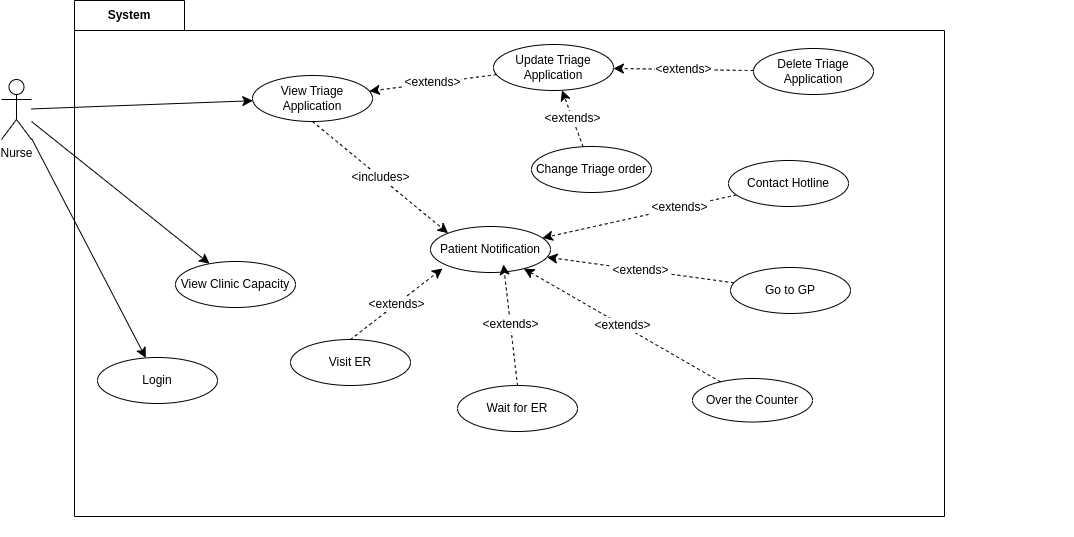
The draw.io diagram useCaseDiagrams/NurseUseCaseDiagram.drawio.png in SENG-350-2024-fall/Team5, before a commit. Source tidied: cells renumbered, new cells last; positions are measured from the earlier drawing's top-left corner, leaving out a move shared by most shapes.
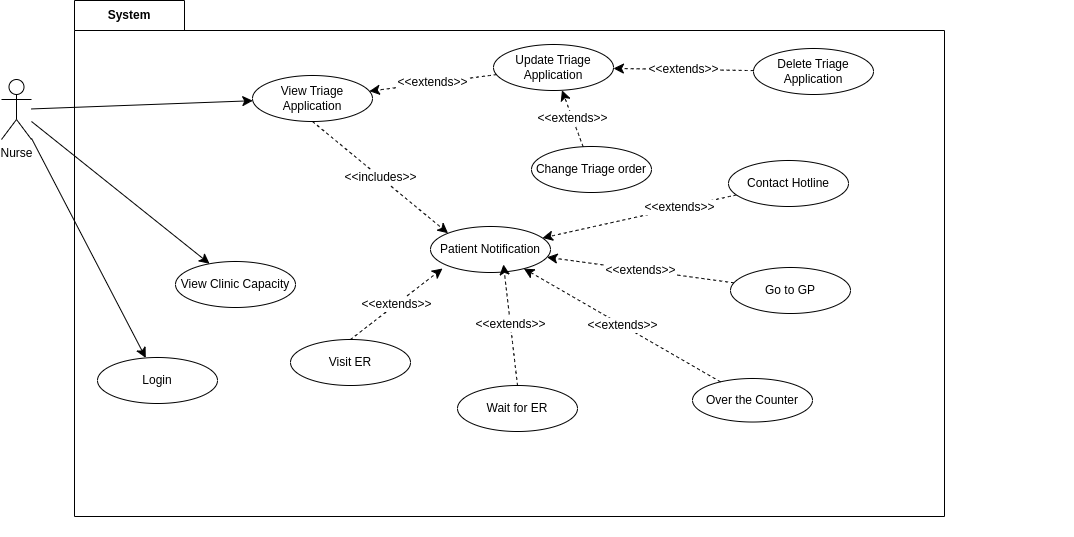
After the change.

What changed in the source:
```diff
@@ -19,10 +19,10 @@
     <mxCell id="6" value="Update Triage&lt;div&gt;Application&lt;/div&gt;" style="ellipse;whiteSpace=wrap;html=1;" parent="2" vertex="1">
       <mxGeometry x="419" y="44" width="120" height="46" as="geometry" />
     </mxCell>
-    <mxCell id="7" value="&amp;lt;extends&amp;gt;" style="edgeStyle=none;curved=1;rounded=0;jettySize=auto;html=1;fontSize=12;startSize=8;endSize=8;dashed=1;" parent="2" edge="1" source="4" target="6">
+    <mxCell id="7" value="&amp;lt;&amp;lt;extends&amp;gt;&amp;gt;" style="edgeStyle=none;curved=1;rounded=0;jettySize=auto;html=1;fontSize=12;startSize=8;endSize=8;dashed=1;" parent="2" edge="1" source="4" target="6">
       <mxGeometry relative="1" as="geometry" />
     </mxCell>
-    <mxCell id="8" value="&amp;lt;extends&amp;gt;" style="edgeStyle=none;curved=1;rounded=0;jettySize=auto;html=1;fontSize=12;startSize=8;endSize=8;dashed=1;" parent="2" edge="1" source="5" target="6">
+    <mxCell id="8" value="&amp;lt;&amp;lt;extends&amp;gt;&amp;gt;" style="edgeStyle=none;curved=1;rounded=0;jettySize=auto;html=1;fontSize=12;startSize=8;endSize=8;dashed=1;" parent="2" edge="1" source="5" target="6">
       <mxGeometry relative="1" as="geometry" />
     </mxCell>
     <mxCell id="9" value="Visit ER" style="ellipse;whiteSpace=wrap;html=1;" parent="2" vertex="1">
@@ -43,13 +43,13 @@
     <mxCell id="14" value="Patient Notification" style="ellipse;whiteSpace=wrap;html=1;" parent="2" vertex="1">
       <mxGeometry x="356" y="226" width="120" height="46" as="geometry" />
     </mxCell>
-    <mxCell id="15" value="&lt;span style=&quot;color: rgb(0, 0, 0); font-family: Helvetica; font-size: 12px; font-style: normal; font-variant-ligatures: normal; font-variant-caps: normal; font-weight: 400; letter-spacing: normal; orphans: 2; text-align: center; text-indent: 0px; text-transform: none; widows: 2; word-spacing: 0px; -webkit-text-stroke-width: 0px; white-space: nowrap; background-color: rgb(255, 255, 255); text-decoration-thickness: initial; text-decoration-style: initial; text-decoration-color: initial; display: inline !important; float: none;&quot;&gt;&amp;lt;extends&amp;gt;&lt;/span&gt;" style="edgeStyle=none;curved=1;rounded=0;jettySize=auto;html=1;fontSize=12;startSize=8;endSize=8;dashed=1;exitX=0.5;exitY=0;exitDx=0;exitDy=0;entryX=0.1;entryY=0.913;entryDx=0;entryDy=0;entryPerimeter=0;" parent="2" edge="1" source="9" target="14">
+    <mxCell id="15" value="&lt;span style=&quot;color: rgb(0, 0, 0); font-family: Helvetica; font-size: 12px; font-style: normal; font-variant-ligatures: normal; font-variant-caps: normal; font-weight: 400; letter-spacing: normal; orphans: 2; text-align: center; text-indent: 0px; text-transform: none; widows: 2; word-spacing: 0px; -webkit-text-stroke-width: 0px; white-space: nowrap; background-color: rgb(255, 255, 255); text-decoration-thickness: initial; text-decoration-style: initial; text-decoration-color: initial; display: inline !important; float: none;&quot;&gt;&amp;lt;&amp;lt;extends&amp;gt;&amp;gt;&lt;/span&gt;" style="edgeStyle=none;curved=1;rounded=0;jettySize=auto;html=1;fontSize=12;startSize=8;endSize=8;dashed=1;exitX=0.5;exitY=0;exitDx=0;exitDy=0;entryX=0.1;entryY=0.913;entryDx=0;entryDy=0;entryPerimeter=0;" parent="2" edge="1" source="9" target="14">
       <mxGeometry relative="1" as="geometry" />
     </mxCell>
-    <mxCell id="16" value="&amp;lt;extends&amp;gt;" style="rounded=0;jettySize=auto;html=1;fontSize=12;startSize=8;endSize=8;dashed=1;" parent="2" edge="1" source="11" target="14">
+    <mxCell id="16" value="&amp;lt;&amp;lt;extends&amp;gt;&amp;gt;" style="rounded=0;jettySize=auto;html=1;fontSize=12;startSize=8;endSize=8;dashed=1;" parent="2" edge="1" source="11" target="14">
       <mxGeometry relative="1" as="geometry" />
     </mxCell>
-    <mxCell id="17" value="&amp;lt;extends&amp;gt;" style="edgeStyle=none;curved=1;rounded=0;jettySize=auto;html=1;entryX=0.608;entryY=0.826;entryDx=0;entryDy=0;entryPerimeter=0;fontSize=12;startSize=8;endSize=8;dashed=1;exitX=0.5;exitY=0;exitDx=0;exitDy=0;" parent="2" edge="1" source="10" target="14">
+    <mxCell id="17" value="&amp;lt;&amp;lt;extends&amp;gt;&amp;gt;" style="edgeStyle=none;curved=1;rounded=0;jettySize=auto;html=1;entryX=0.608;entryY=0.826;entryDx=0;entryDy=0;entryPerimeter=0;fontSize=12;startSize=8;endSize=8;dashed=1;exitX=0.5;exitY=0;exitDx=0;exitDy=0;" parent="2" edge="1" source="10" target="14">
       <mxGeometry relative="1" as="geometry" />
     </mxCell>
     <mxCell id="18" style="edgeStyle=none;curved=1;rounded=0;jettySize=auto;html=1;fontSize=12;startSize=8;endSize=8;" parent="1" edge="1" source="21" target="12">
@@ -70,25 +70,25 @@
     <mxCell id="23" style="edgeStyle=none;curved=1;rounded=0;jettySize=auto;html=1;fontSize=12;startSize=8;endSize=8;dashed=1;" parent="1" edge="1" source="25" target="14">
       <mxGeometry relative="1" as="geometry" />
     </mxCell>
-    <mxCell id="24" value="&amp;lt;extends&amp;gt;" style="edgeLabel;html=1;align=center;verticalAlign=middle;fontSize=12;" parent="23" vertex="1">
+    <mxCell id="24" value="&amp;lt;&amp;lt;extends&amp;gt;&amp;gt;" style="edgeLabel;html=1;align=center;verticalAlign=middle;fontSize=12;" parent="23" vertex="1">
       <mxGeometry x="-0.4" y="-1" relative="1" as="geometry" />
     </mxCell>
     <mxCell id="25" value="Contact Hotline" style="ellipse;whiteSpace=wrap;html=1;" parent="1" vertex="1">
       <mxGeometry x="727" y="160" width="120" height="46" as="geometry" />
     </mxCell>
-    <mxCell id="26" value="&amp;lt;extends&amp;gt;" style="edgeStyle=none;curved=1;rounded=0;jettySize=auto;html=1;fontSize=12;startSize=8;endSize=8;dashed=1;" parent="1" edge="1" source="27" target="14">
+    <mxCell id="26" value="&amp;lt;&amp;lt;extends&amp;gt;&amp;gt;" style="edgeStyle=none;curved=1;rounded=0;jettySize=auto;html=1;fontSize=12;startSize=8;endSize=8;dashed=1;" parent="1" edge="1" source="27" target="14">
       <mxGeometry relative="1" as="geometry" />
     </mxCell>
     <mxCell id="27" value="Go to GP" style="ellipse;whiteSpace=wrap;html=1;" parent="1" vertex="1">
       <mxGeometry x="729" y="267" width="120" height="46" as="geometry" />
     </mxCell>
-    <mxCell id="28" value="&amp;lt;extends&amp;gt;" style="edgeStyle=none;curved=1;rounded=0;jettySize=auto;html=1;fontSize=12;startSize=8;endSize=8;dashed=1;" parent="1" edge="1" source="6" target="22">
+    <mxCell id="28" value="&amp;lt;&amp;lt;extends&amp;gt;&amp;gt;" style="edgeStyle=none;curved=1;rounded=0;jettySize=auto;html=1;fontSize=12;startSize=8;endSize=8;dashed=1;" parent="1" edge="1" source="6" target="22">
       <mxGeometry relative="1" as="geometry" />
     </mxCell>
     <mxCell id="29" style="edgeStyle=orthogonalEdgeStyle;rounded=0;orthogonalLoop=1;jettySize=auto;html=1;exitX=0.5;exitY=1;exitDx=0;exitDy=0;exitPerimeter=0;" parent="1" edge="1" source="2" target="2">
       <mxGeometry relative="1" as="geometry" />
     </mxCell>
-    <mxCell id="30" value="&lt;span style=&quot;color: rgb(0, 0, 0); font-family: Helvetica; font-size: 12px; font-style: normal; font-variant-ligatures: normal; font-variant-caps: normal; font-weight: 400; letter-spacing: normal; orphans: 2; text-align: center; text-indent: 0px; text-transform: none; widows: 2; word-spacing: 0px; -webkit-text-stroke-width: 0px; white-space: nowrap; background-color: rgb(255, 255, 255); text-decoration-thickness: initial; text-decoration-style: initial; text-decoration-color: initial; display: inline !important; float: none;&quot;&gt;&amp;lt;includes&amp;gt;&lt;/span&gt;" style="edgeStyle=none;curved=1;rounded=0;jettySize=auto;html=1;fontSize=12;startSize=8;endSize=8;dashed=1;exitX=0.5;exitY=1;exitDx=0;exitDy=0;entryX=0;entryY=0;entryDx=0;entryDy=0;" parent="1" edge="1" source="22" target="14">
+    <mxCell id="30" value="&lt;span style=&quot;color: rgb(0, 0, 0); font-family: Helvetica; font-size: 12px; font-style: normal; font-variant-ligatures: normal; font-variant-caps: normal; font-weight: 400; letter-spacing: normal; orphans: 2; text-align: center; text-indent: 0px; text-transform: none; widows: 2; word-spacing: 0px; -webkit-text-stroke-width: 0px; white-space: nowrap; background-color: rgb(255, 255, 255); text-decoration-thickness: initial; text-decoration-style: initial; text-decoration-color: initial; display: inline !important; float: none;&quot;&gt;&amp;lt;&amp;lt;includes&amp;gt;&amp;gt;&lt;/span&gt;" style="edgeStyle=none;curved=1;rounded=0;jettySize=auto;html=1;fontSize=12;startSize=8;endSize=8;dashed=1;exitX=0.5;exitY=1;exitDx=0;exitDy=0;entryX=0;entryY=0;entryDx=0;entryDy=0;" parent="1" edge="1" source="22" target="14">
       <mxGeometry relative="1" as="geometry" />
     </mxCell>
   </root>
```
